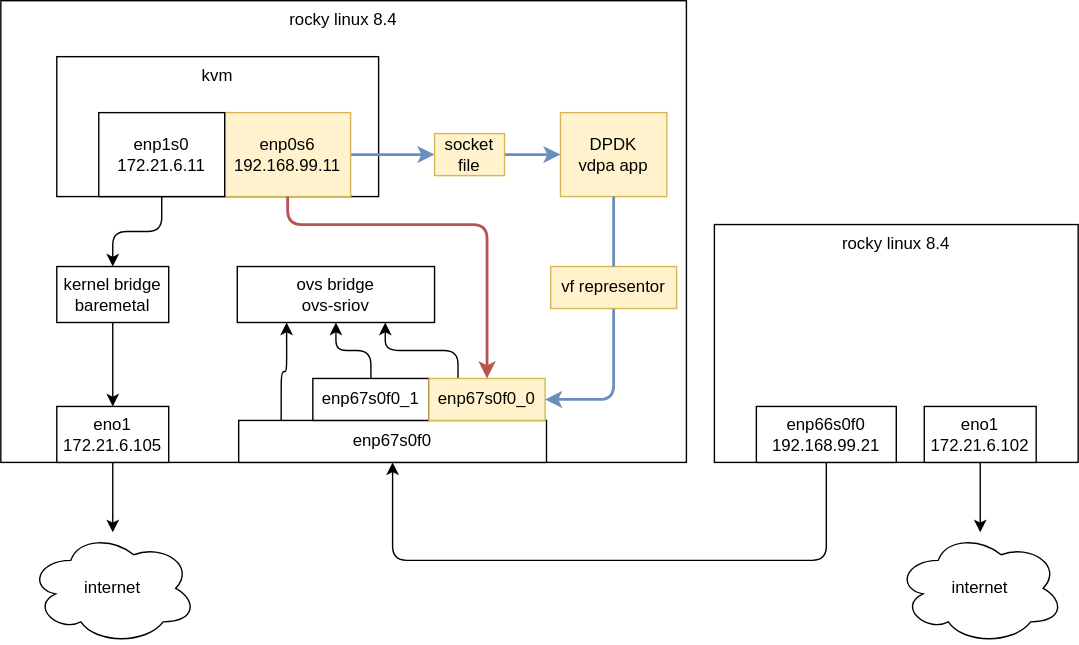
Earlier version of the draw.io export redhat/notes/2021/dia/2021.ovs.kernel.vdpa.drawio.svg (wangzheng422/docker_env). Source tidied: cells renumbered, new cells last; positions are measured from the earlier drawing's top-left corner, leaving out a move shared by most shapes.
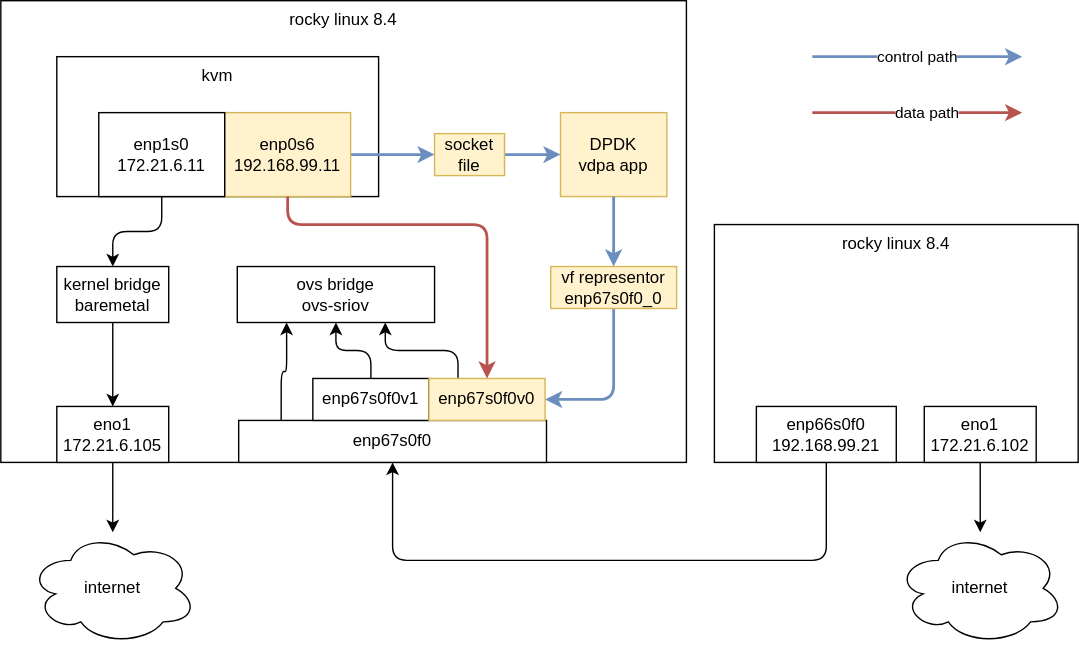
Above is the later version.

The edit, as a diff of the source:
```diff
@@ -30,13 +30,13 @@
     <mxCell id="11" style="edgeStyle=orthogonalEdgeStyle;html=1;entryX=0.5;entryY=1;entryDx=0;entryDy=0;" parent="4" edge="1" source="12" target="15">
       <mxGeometry relative="1" as="geometry" />
     </mxCell>
-    <mxCell id="12" value="enp67s0f0_1" style="rounded=0;whiteSpace=wrap;html=1;verticalAlign=middle;" parent="4" vertex="1">
+    <mxCell id="12" value="enp67s0f0v1" style="rounded=0;whiteSpace=wrap;html=1;verticalAlign=middle;" parent="4" vertex="1">
       <mxGeometry x="223" y="270" width="83" height="30" as="geometry" />
     </mxCell>
     <mxCell id="13" style="edgeStyle=orthogonalEdgeStyle;html=1;entryX=0.75;entryY=1;entryDx=0;entryDy=0;exitX=0.25;exitY=0;exitDx=0;exitDy=0;" parent="4" edge="1" source="14" target="15">
       <mxGeometry relative="1" as="geometry" />
     </mxCell>
-    <mxCell id="14" value="enp67s0f0_0" style="rounded=0;whiteSpace=wrap;html=1;verticalAlign=middle;fillColor=#fff2cc;strokeColor=#d6b656;" parent="4" vertex="1">
+    <mxCell id="14" value="enp67s0f0v0" style="rounded=0;whiteSpace=wrap;html=1;verticalAlign=middle;fillColor=#fff2cc;strokeColor=#d6b656;" parent="4" vertex="1">
       <mxGeometry x="306" y="270" width="83" height="30" as="geometry" />
     </mxCell>
     <mxCell id="15" value="ovs bridge&lt;br&gt;ovs-sriov" style="rounded=0;whiteSpace=wrap;html=1;verticalAlign=middle;" parent="4" vertex="1">
@@ -104,11 +104,26 @@
     <mxCell id="31" value="socket file" style="rounded=0;whiteSpace=wrap;html=1;verticalAlign=middle;fillColor=#fff2cc;strokeColor=#d6b656;" parent="4" vertex="1">
       <mxGeometry x="310" y="95" width="50" height="30" as="geometry" />
     </mxCell>
-    <mxCell id="32" value="vf representor" style="rounded=0;whiteSpace=wrap;html=1;verticalAlign=middle;fillColor=#fff2cc;strokeColor=#d6b656;" parent="4" vertex="1">
+    <mxCell id="32" value="vf representor&lt;br&gt;enp67s0f0_0" style="rounded=0;whiteSpace=wrap;html=1;verticalAlign=middle;fillColor=#fff2cc;strokeColor=#d6b656;" parent="4" vertex="1">
       <mxGeometry x="393" y="190" width="90" height="30" as="geometry" />
     </mxCell>
-    <mxCell id="33" style="edgeStyle=orthogonalEdgeStyle;html=1;entryX=0.5;entryY=0;entryDx=0;entryDy=0;fillColor=#dae8fc;strokeColor=#6c8ebf;strokeWidth=2;exitX=0.5;exitY=1;exitDx=0;exitDy=0;endArrow=none;" parent="4" edge="1" source="17" target="32">
+    <mxCell id="33" style="edgeStyle=orthogonalEdgeStyle;html=1;entryX=0.5;entryY=0;entryDx=0;entryDy=0;fillColor=#dae8fc;strokeColor=#6c8ebf;strokeWidth=2;exitX=0.5;exitY=1;exitDx=0;exitDy=0;endArrow=classic;endFill=1;" parent="4" edge="1" source="17" target="32">
       <mxGeometry relative="1" as="geometry" />
     </mxCell>
+    <mxCell id="34" value="&amp;nbsp;control path&amp;nbsp;" style="endArrow=classic;html=1;strokeWidth=2;fillColor=#dae8fc;strokeColor=#6c8ebf;" parent="4" edge="1">
+      <mxGeometry relative="1" as="geometry">
+        <mxPoint x="580" y="40" as="sourcePoint" />
+        <mxPoint x="730" y="40" as="targetPoint" />
+      </mxGeometry>
+    </mxCell>
+    <mxCell id="35" style="endArrow=classic;html=1;strokeWidth=2;fillColor=#f8cecc;strokeColor=#b85450;" parent="4" edge="1">
+      <mxGeometry relative="1" as="geometry">
+        <mxPoint x="580" y="80" as="sourcePoint" />
+        <mxPoint x="730" y="80" as="targetPoint" />
+      </mxGeometry>
+    </mxCell>
+    <mxCell id="36" value="&amp;nbsp;data path&amp;nbsp;" style="edgeLabel;html=1;align=center;verticalAlign=middle;" parent="35" vertex="1">
+      <mxGeometry x="0.07" y="1" relative="1" as="geometry" />
+    </mxCell>
   </root>
 </mxGraphModel>
```
